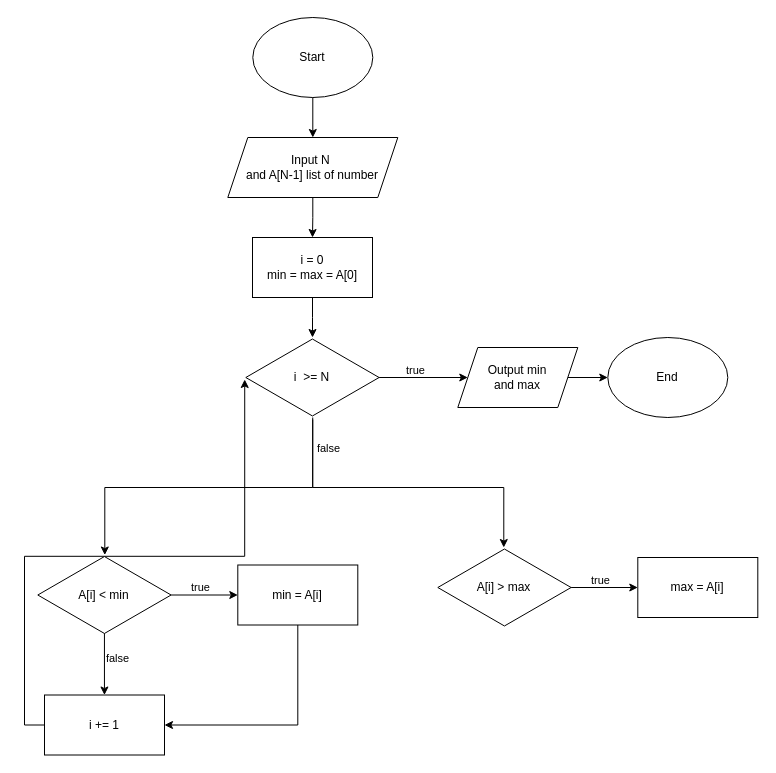
This is page "Bài 10 (e)" (15 of 16) of drawio/Exercises_Week3-5.drawio from HerokeyVN/Temp, a draw.io file, before an edit. Source tidied: cells renumbered, new cells numbered last; positions are measured from the earlier drawing's top-left corner, leaving out a move shared by most shapes. Both pictures are drawn from the tidied source at 100%, with x=0, y=0 at pixel (37, 17).
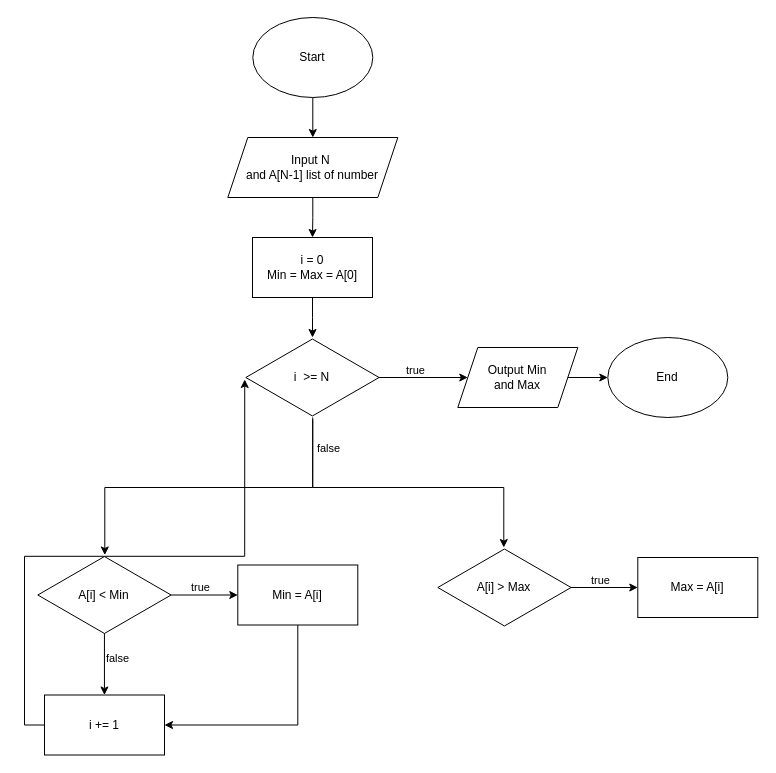
Above is the later version.

What changed in the source:
```diff
@@
-    <mxCell id="7" value="&lt;span style=&quot;background-color: initial;&quot;&gt;i = 0&lt;/span&gt;&lt;div&gt;&lt;span style=&quot;background-color: initial;&quot;&gt;min = max = A[0]&lt;/span&gt;&lt;/div&gt;" style="rounded=0;whiteSpace=wrap;html=1;" parent="1" vertex="1">
+    <mxCell id="7" value="&lt;span style=&quot;background-color: initial;&quot;&gt;i = 0&lt;/span&gt;&lt;div&gt;&lt;span style=&quot;background-color: initial;&quot;&gt;Min = Max = A[0]&lt;/span&gt;&lt;/div&gt;" style="rounded=0;whiteSpace=wrap;html=1;" parent="1" vertex="1">
       <mxGeometry x="215" y="220" width="120" height="60" as="geometry" />
     </mxCell>
@@
-    <mxCell id="19" value="A[i] &amp;lt; min" style="html=1;whiteSpace=wrap;shape=isoRectangle;" parent="1" vertex="1">
+    <mxCell id="19" value="A[i] &amp;lt; Min" style="html=1;whiteSpace=wrap;shape=isoRectangle;" parent="1" vertex="1">
       <mxGeometry x="0.3" y="537.5" width="133.3" height="80" as="geometry" />
     </mxCell>
@@
-    <mxCell id="22" value="min = A[i]" style="rounded=0;whiteSpace=wrap;html=1;" parent="1" vertex="1">
+    <mxCell id="22" value="Min = A[i]" style="rounded=0;whiteSpace=wrap;html=1;" parent="1" vertex="1">
       <mxGeometry x="200.3" y="547.5" width="120" height="60" as="geometry" />
     </mxCell>
@@
-    <mxCell id="25" value="A[i] &amp;gt; max" style="html=1;whiteSpace=wrap;shape=isoRectangle;" parent="1" vertex="1">
+    <mxCell id="25" value="A[i] &amp;gt; Max" style="html=1;whiteSpace=wrap;shape=isoRectangle;" parent="1" vertex="1">
       <mxGeometry x="400.3" y="530" width="133.3" height="80" as="geometry" />
     </mxCell>
-    <mxCell id="26" value="max = A[i]" style="rounded=0;whiteSpace=wrap;html=1;" parent="1" vertex="1">
+    <mxCell id="26" value="Max = A[i]" style="rounded=0;whiteSpace=wrap;html=1;" parent="1" vertex="1">
       <mxGeometry x="600.3" y="540" width="120" height="60" as="geometry" />
     </mxCell>
@@
-    <mxCell id="29" value="Output min&lt;div&gt;and max&lt;/div&gt;" style="shape=parallelogram;perimeter=parallelogramPerimeter;whiteSpace=wrap;html=1;fixedSize=1;" parent="1" vertex="1">
+    <mxCell id="29" value="Output Min&lt;div&gt;and Max&lt;/div&gt;" style="shape=parallelogram;perimeter=parallelogramPerimeter;whiteSpace=wrap;html=1;fixedSize=1;" parent="1" vertex="1">
       <mxGeometry x="420.3" y="330" width="120" height="60" as="geometry" />
     </mxCell>
```
